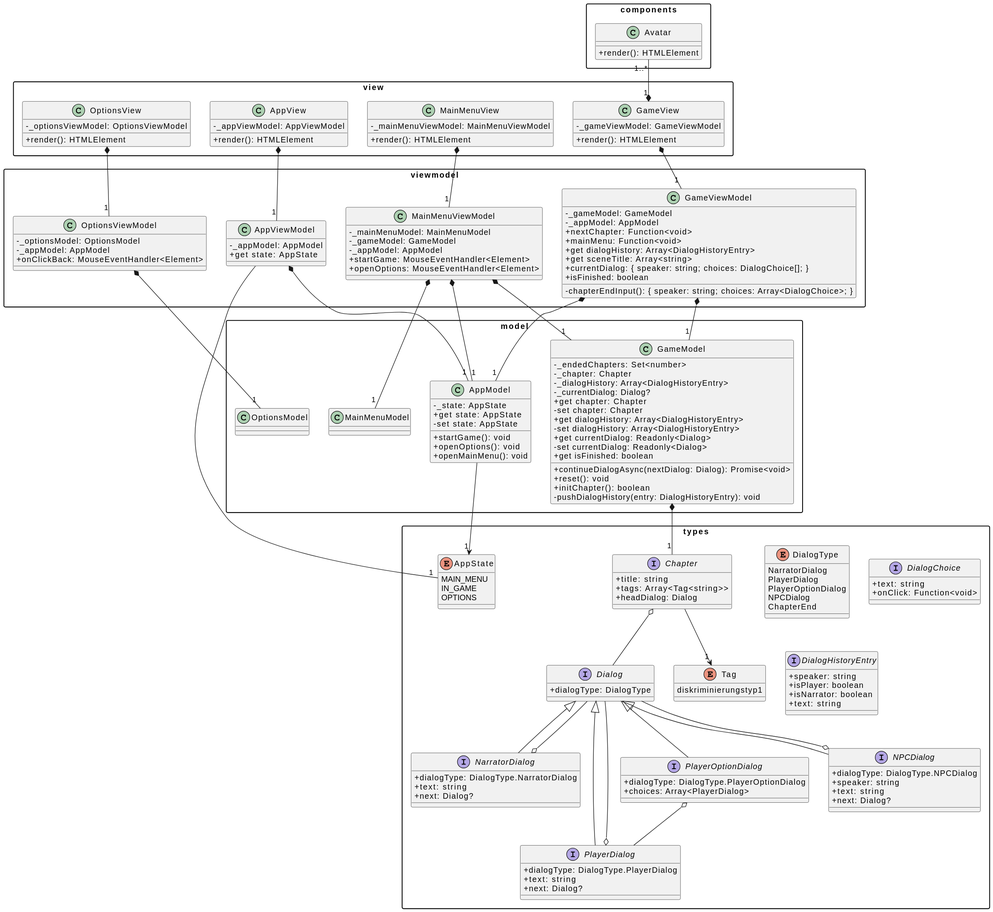
HHN-SEB-2022-23/allybi keeps this PlantUML diagram as uml/Class Diagram.svg. Above is the earlier version.
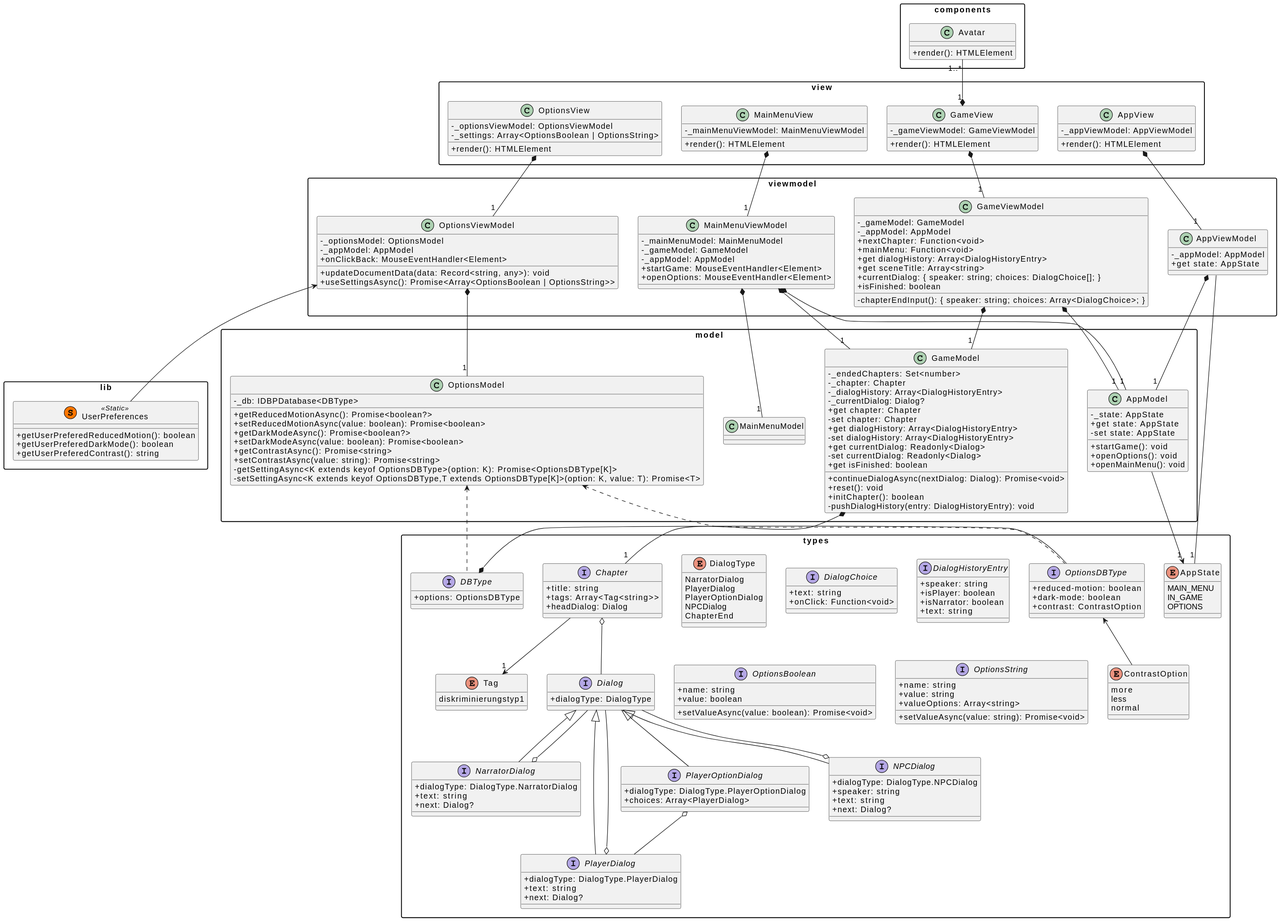
The same diagram one commit later.

Diff of the diagram source:
```diff
@@ -1,6 +1,14 @@
 @startuml
 skinparam classAttributeIconSize 0
 skinparam packageStyle rectangle
+
+package lib {
+    class UserPreferences << (S,#FF7700) Static >> {
+        +getUserPreferedReducedMotion(): boolean
+        +getUserPreferedDarkMode(): boolean
+        +getUserPreferedContrast(): string
+    }
+}
 
 package types {
     enum AppState {
@@ -72,6 +80,37 @@
         +isNarrator: boolean
         +text: string
     }
+
+    enum ContrastOption {
+        more
+        less
+        normal
+    }
+
+    interface OptionsDBType {
+        +reduced-motion: boolean
+        +dark-mode: boolean
+        +contrast: ContrastOption
+    }
+    OptionsDBType <-- ContrastOption
+
+    interface DBType {
+        +options: OptionsDBType
+    }
+    DBType *- OptionsDBType
+
+    interface OptionsBoolean {
+        +name: string
+        +value: boolean
+        +setValueAsync(value: boolean): Promise<void>
+    }
+
+    interface OptionsString {
+        +name: string
+        +value: string
+        +setValueAsync(value: string): Promise<void>
+        +valueOptions: Array<string>
+    }
 }
 
 package components {
@@ -111,7 +150,19 @@
     GameModel *-- "1" Chapter
 
     class MainMenuModel
-    class OptionsModel
+    class OptionsModel {
+        -_db: IDBPDatabase<DBType>
+        +getReducedMotionAsync(): Promise<boolean?>
+        +setReducedMotionAsync(value: boolean): Promise<boolean>
+        +getDarkModeAsync(): Promise<boolean?>
+        +setDarkModeAsync(value: boolean): Promise<boolean>
+        +getContrastAsync(): Promise<string>
+        +setContrastAsync(value: string): Promise<string>
+        -getSettingAsync<K extends keyof OptionsDBType>(option: K): Promise<OptionsDBType[K]>
+        -setSettingAsync<K extends keyof OptionsDBType,T extends OptionsDBType[K]>(option: K, value: T): Promise<T>
+    }
+    OptionsModel <.. DBType
+    OptionsModel <.. OptionsDBType
 }
 
 package viewmodel {
@@ -151,8 +202,11 @@
         -_optionsModel: OptionsModel
         -_appModel: AppModel
         +onClickBack: MouseEventHandler<Element>
+        +updateDocumentData(data: Record<string, any>): void
+        +useSettingsAsync(): Promise<Array<OptionsBoolean | OptionsString>>
     }
     OptionsViewModel *-- "1" OptionsModel
+    UserPreferences -up-> OptionsViewModel
 }
 
 package view {
@@ -177,6 +231,7 @@
 
     class OptionsView {
         -_optionsViewModel: OptionsViewModel
+        -_settings: Array<OptionsBoolean | OptionsString>
         +render(): HTMLElement
     }
     OptionsView *-- "1" OptionsViewModel
```
